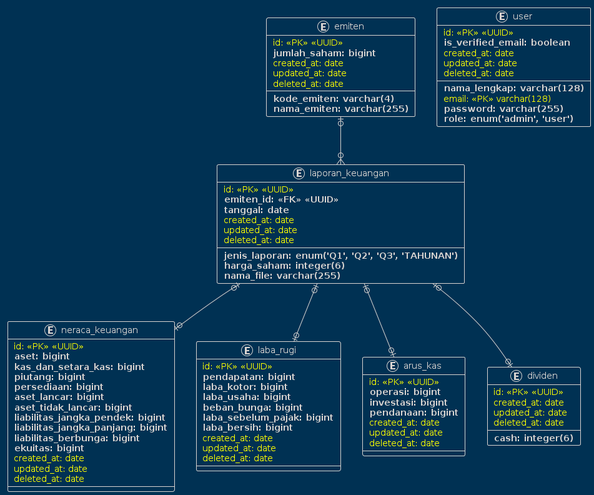
Above: erd-laporan-keuangan/laporan_emiten.png in lukmanharun1/laporan_keuangan (PlantUML), before the change.
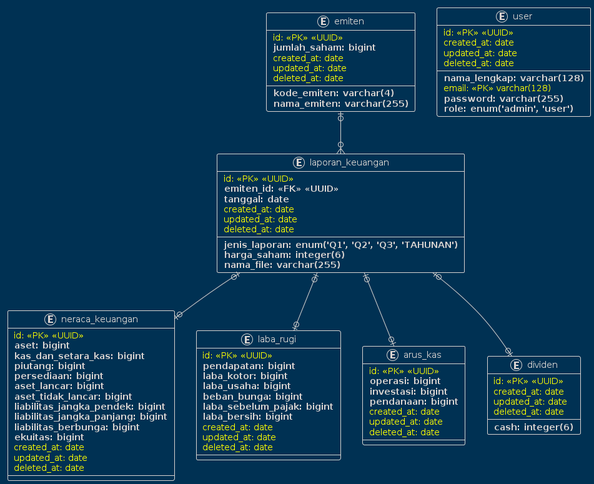
The same diagram one commit later.

Commit message:
menghapus field is_verified_email

What changed in the source:
```diff
@@ -75,7 +75,6 @@
     ** nama_lengkap: varchar(128) **
     <color:yellow> email: <<PK>> varchar(128)</color>
     ** password: varchar(255) **
-    ** is_verified_email: boolean **
     ** role: enum('admin', 'user') **
     <color:yellow> created_at: date</color>
     <color:yellow> updated_at: date</color>
```
